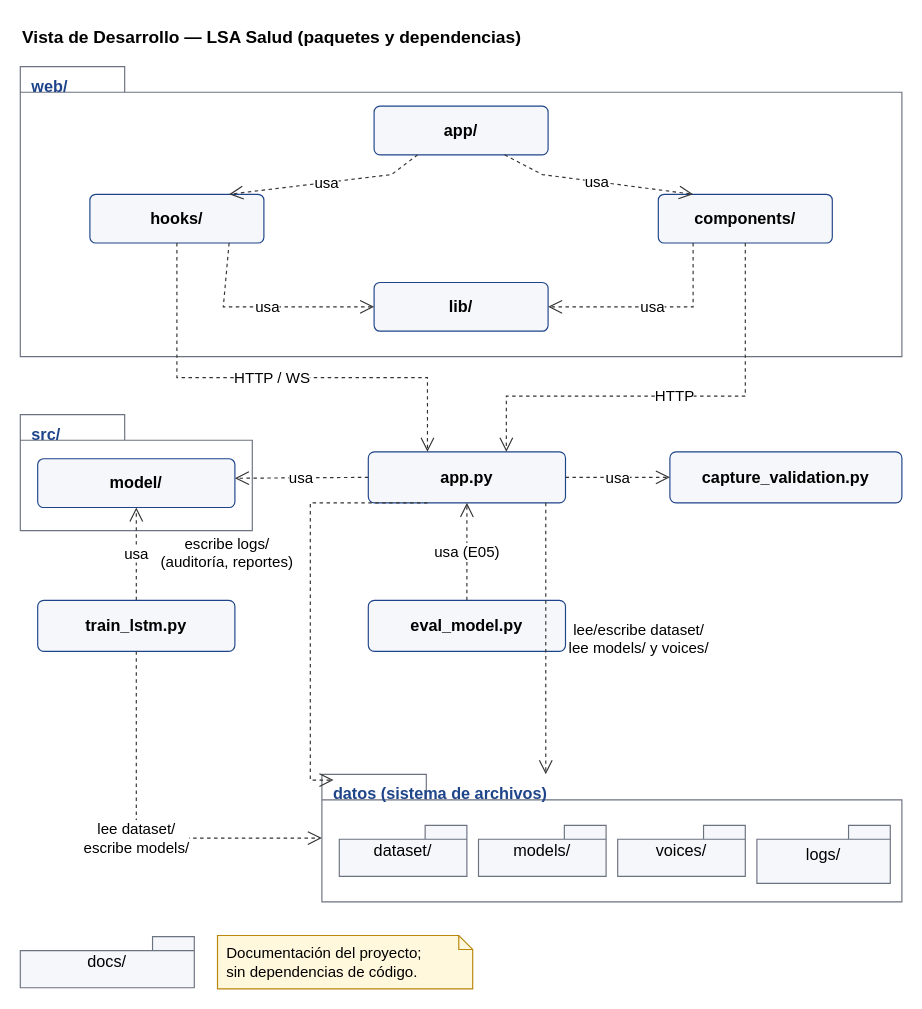
santinohamada/Nexora keeps this draw.io diagram as docs/diagramas/arquitectura/06_vista_desarrollo.drawio. Above is the earlier version. Source tidied: cells renumbered, new cells numbered last; positions are measured from the earlier drawing's top-left corner, leaving out a move shared by most shapes. Both pictures are drawn from the tidied source at 116%, with x=0, y=0 at pixel (20, 20).
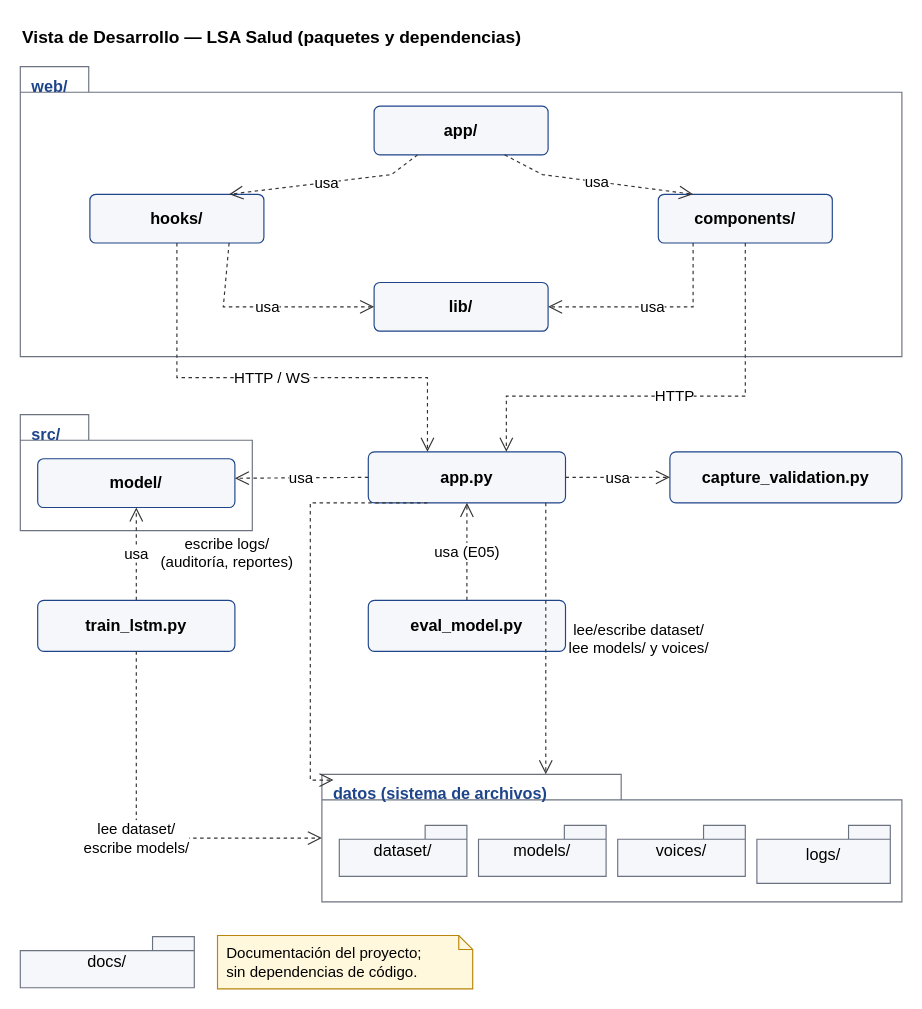
The same page after the edit.

Diff of the diagram source:
```diff
@@
-    <mxCell id="3" value="web/" style="shape=folder;tabWidth=90;tabHeight=22;tabPosition=left;html=1;whiteSpace=wrap;verticalAlign=top;align=left;spacingLeft=8;spacingTop=2;fontStyle=1;fontSize=14;fillColor=#FFFFFF;strokeColor=#6B7280;fontColor=#1E448A;fontFamily=Helvetica;" parent="1" vertex="1">
+    <mxCell id="3" value="web/" style="shape=folder;tabWidth=59;tabHeight=22;tabPosition=left;html=1;whiteSpace=wrap;verticalAlign=top;align=left;spacingLeft=8;spacingTop=2;fontStyle=1;fontSize=14;fillColor=#FFFFFF;strokeColor=#6B7280;fontColor=#1E448A;fontFamily=Helvetica;" parent="1" vertex="1">
       <mxGeometry y="40" width="760" height="250" as="geometry" />
     </mxCell>
@@
-    <mxCell id="8" value="src/" style="shape=folder;tabWidth=90;tabHeight=22;tabPosition=left;html=1;whiteSpace=wrap;verticalAlign=top;align=left;spacingLeft=8;spacingTop=2;fontStyle=1;fontSize=14;fillColor=#FFFFFF;strokeColor=#6B7280;fontColor=#1E448A;fontFamily=Helvetica;" parent="1" vertex="1">
+    <mxCell id="8" value="src/" style="shape=folder;tabWidth=59;tabHeight=22;tabPosition=left;html=1;whiteSpace=wrap;verticalAlign=top;align=left;spacingLeft=8;spacingTop=2;fontStyle=1;fontSize=14;fillColor=#FFFFFF;strokeColor=#6B7280;fontColor=#1E448A;fontFamily=Helvetica;" parent="1" vertex="1">
       <mxGeometry y="340" width="200" height="100" as="geometry" />
     </mxCell>
@@
-    <mxCell id="16" value="datos (sistema de archivos)" style="shape=folder;tabWidth=90;tabHeight=22;tabPosition=left;html=1;whiteSpace=wrap;verticalAlign=top;align=left;spacingLeft=8;spacingTop=2;fontStyle=1;fontSize=14;fillColor=#FFFFFF;strokeColor=#6B7280;fontColor=#1E448A;fontFamily=Helvetica;" parent="1" vertex="1">
+    <mxCell id="16" value="datos (sistema de archivos)" style="shape=folder;tabWidth=258;tabHeight=22;tabPosition=left;html=1;whiteSpace=wrap;verticalAlign=top;align=left;spacingLeft=8;spacingTop=2;fontStyle=1;fontSize=14;fillColor=#FFFFFF;strokeColor=#6B7280;fontColor=#1E448A;fontFamily=Helvetica;" parent="1" vertex="1">
       <mxGeometry x="260" y="650" width="500" height="110" as="geometry" />
     </mxCell>
```
